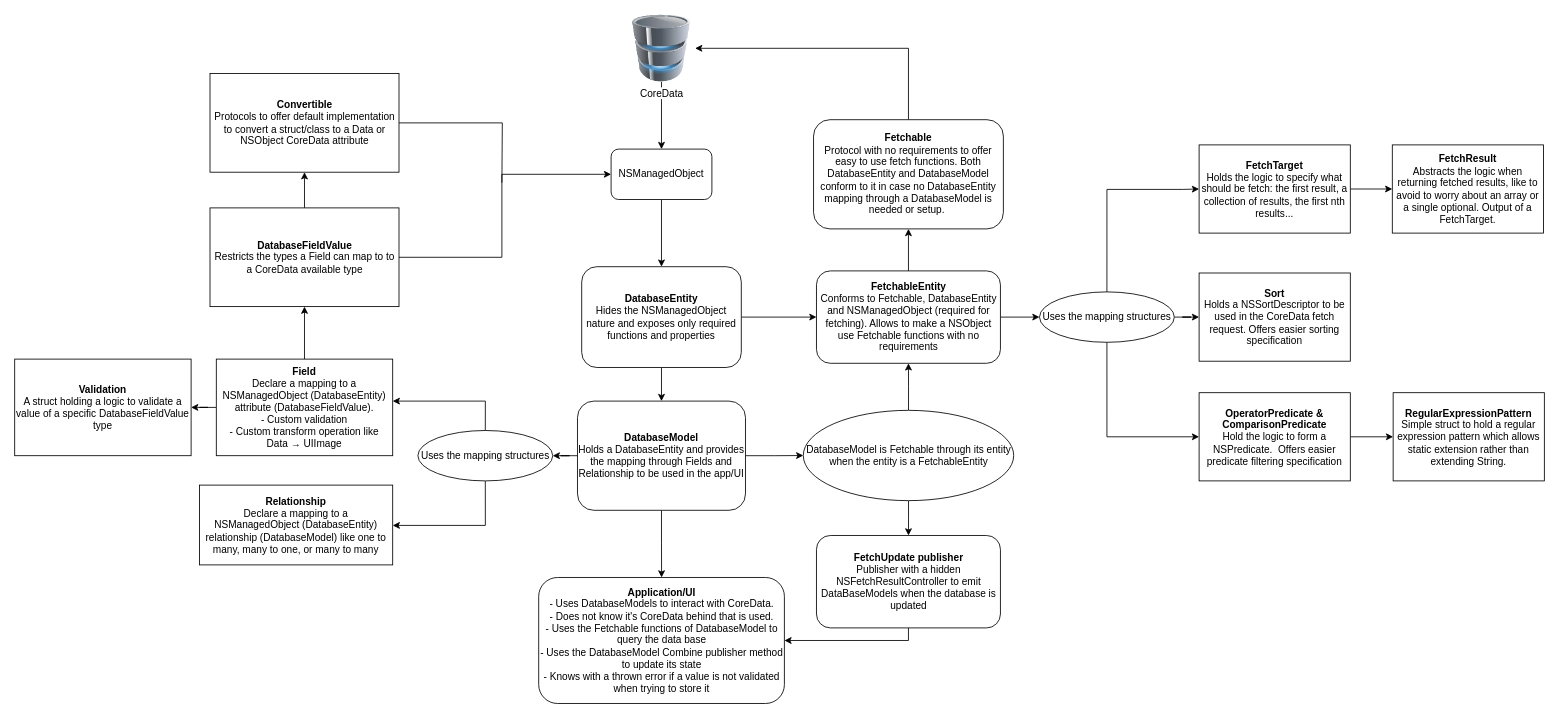
Earlier version of the draw.io diagram Resources/CoreDataCandy-architecture.drawio (amaris/core-data-candy). Source tidied: cells renumbered, new cells numbered last; positions are measured from the earlier drawing's top-left corner, leaving out a move shared by most shapes. Both pictures are drawn from the tidied source at 84%, with x=0, y=0 at pixel (14, 14).
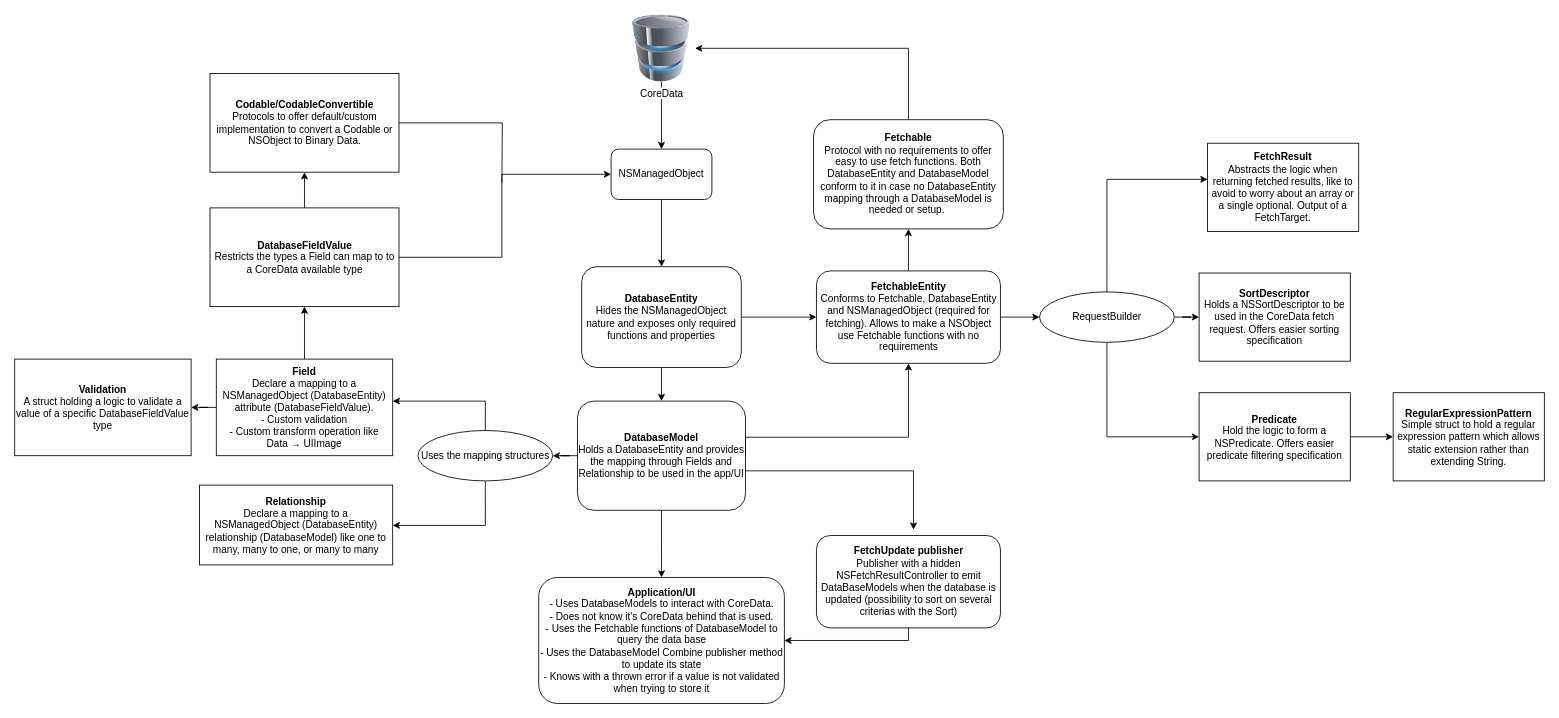
Above is the later version.

Unchanged cells that the change refers to:
```xml
<mxCell id="12" value="&lt;b&gt;DatabaseModel&lt;br&gt;&lt;/b&gt;Holds a DatabaseEntity and provides the mapping through Fields and Relationship to be used in the app/UI" style="whiteSpace=wrap;html=1;rounded=1;" parent="1" vertex="1">
  <mxGeometry x="670" y="460" width="200" height="130" as="geometry" />
</mxCell>
<mxCell id="17" value="&lt;b&gt;FetchableEntity&lt;/b&gt;&lt;br&gt;Conforms to Fetchable, DatabaseEntity and NSManagedObject (required for fetching). Allows to make a NSObject use Fetchable functions with no requirements" style="rounded=1;whiteSpace=wrap;html=1;" parent="1" vertex="1">
  <mxGeometry x="954.5" y="305" width="219" height="110" as="geometry" />
</mxCell>
```

What changed in the source:
```diff
@@
-    <mxCell id="10" style="edgeStyle=orthogonalEdgeStyle;rounded=0;jettySize=auto;html=1;" parent="1" edge="1" source="12" target="21">
-      <mxGeometry relative="1" as="geometry" />
+    <mxCell id="10" style="edgeStyle=orthogonalEdgeStyle;rounded=0;jettySize=auto;html=1;" parent="1" edge="1" source="12">
+      <mxGeometry relative="1" as="geometry">
+        <mxPoint x="1070" y="613" as="targetPoint" />
+        <Array as="points">
+          <mxPoint x="1070" y="543" />
+        </Array>
+      </mxGeometry>
     </mxCell>
@@
-    <mxCell id="19" style="edgeStyle=orthogonalEdgeStyle;rounded=0;jettySize=auto;html=1;" parent="1" edge="1" source="21" target="17">
-      <mxGeometry relative="1" as="geometry" />
+    <mxCell id="19" style="edgeStyle=orthogonalEdgeStyle;rounded=0;jettySize=auto;html=1;" parent="1" edge="1" target="17">
+      <mxGeometry relative="1" as="geometry">
+        <mxPoint x="870" y="523" as="sourcePoint" />
+        <Array as="points">
+          <mxPoint x="870" y="503" />
+          <mxPoint x="1064" y="503" />
+        </Array>
+      </mxGeometry>
     </mxCell>
-    <mxCell id="20" style="edgeStyle=orthogonalEdgeStyle;rounded=0;jettySize=auto;html=1;endArrow=classic;endFill=1;" parent="1" edge="1" source="21" target="47">
-      <mxGeometry relative="1" as="geometry" />
-    </mxCell>
-    <mxCell id="21" value="DatabaseModel is Fetchable through its entity when the entity is a FetchableEntity" style="ellipse;whiteSpace=wrap;html=1;" parent="1" vertex="1">
-      <mxGeometry x="938.8" y="471" width="250.5" height="107.5" as="geometry" />
-    </mxCell>
@@
-    <mxCell id="29" style="edgeStyle=orthogonalEdgeStyle;rounded=0;jettySize=auto;html=1;" parent="1" edge="1" source="30" target="31">
-      <mxGeometry relative="1" as="geometry" />
-    </mxCell>
-    <mxCell id="30" value="&lt;b&gt;FetchTarget&lt;/b&gt;&lt;br&gt;Holds the logic to specify what should be fetch: the first result, a collection of results, the first nth results..." style="rounded=0;whiteSpace=wrap;html=1;" parent="1" vertex="1">
-      <mxGeometry x="1410" y="155" width="180" height="105" as="geometry" />
-    </mxCell>
     <mxCell id="31" value="&lt;b&gt;FetchResult&lt;/b&gt;&lt;br&gt;Abstracts the logic when returning fetched results, like to avoid to worry about an array or a single optional. Output of a FetchTarget." style="rounded=0;whiteSpace=wrap;html=1;" parent="1" vertex="1">
-      <mxGeometry x="1640" y="155" width="180" height="105" as="geometry" />
+      <mxGeometry x="1420" y="153" width="180" height="105" as="geometry" />
     </mxCell>
-    <mxCell id="32" value="&lt;b&gt;Sort&lt;/b&gt;&lt;br&gt;Holds a NSSortDescriptor to be used in the CoreData fetch request. Offers easier sorting specification" style="rounded=0;whiteSpace=wrap;html=1;" parent="1" vertex="1">
+    <mxCell id="32" value="&lt;b&gt;SortDescriptor&lt;/b&gt;&lt;br&gt;Holds a NSSortDescriptor to be used in the CoreData fetch request. Offers easier sorting specification" style="rounded=0;whiteSpace=wrap;html=1;" parent="1" vertex="1">
       <mxGeometry x="1410" y="307.5" width="180" height="105" as="geometry" />
     </mxCell>
@@
-    <mxCell id="34" value="&lt;b&gt;OperatorPredicate &amp;amp; ComparisonPredicate&lt;/b&gt;&lt;br&gt;Hold the logic to form a NSPredicate.&amp;nbsp;&amp;nbsp;Offers easier predicate filtering specification" style="rounded=0;whiteSpace=wrap;html=1;" parent="1" vertex="1">
+    <mxCell id="34" value="&lt;b&gt;Predicate&lt;br&gt;&lt;/b&gt;Hold the logic to form a NSPredicate. Offers easier predicate filtering specification" style="rounded=0;whiteSpace=wrap;html=1;" parent="1" vertex="1">
       <mxGeometry x="1410" y="450" width="180" height="105" as="geometry" />
     </mxCell>
@@
-    <mxCell id="36" style="edgeStyle=orthogonalEdgeStyle;rounded=0;jettySize=auto;html=1;entryX=0;entryY=0.5;entryDx=0;entryDy=0;" parent="1" edge="1" source="39" target="30">
+    <mxCell id="36" style="edgeStyle=orthogonalEdgeStyle;rounded=0;jettySize=auto;html=1;" parent="1" edge="1" source="39" target="31">
       <mxGeometry relative="1" as="geometry">
         <Array as="points">
-          <mxPoint x="1300" y="208" />
-          <mxPoint x="1390" y="208" />
+          <mxPoint x="1300" y="196" />
         </Array>
       </mxGeometry>
     </mxCell>
@@
-    <mxCell id="39" value="Uses the mapping structures" style="ellipse;whiteSpace=wrap;html=1;" parent="1" vertex="1">
+    <mxCell id="39" value="RequestBuilder" style="ellipse;whiteSpace=wrap;html=1;" parent="1" vertex="1">
       <mxGeometry x="1220" y="330" width="160.5" height="60" as="geometry" />
     </mxCell>
@@
-    <mxCell id="45" value="&lt;b&gt;Convertible&lt;/b&gt;&lt;br&gt;Protocols to offer default implementation to convert a struct/class to a Data or NSObject CoreData attribute" style="whiteSpace=wrap;html=1;rounded=0;" parent="1" vertex="1">
+    <mxCell id="45" value="&lt;b&gt;Codable/CodableConvertible&lt;/b&gt;&lt;br&gt;Protocols to offer default/custom implementation to convert a Codable or NSObject to Binary Data." style="whiteSpace=wrap;html=1;rounded=0;" parent="1" vertex="1">
       <mxGeometry x="232.5" y="70" width="225" height="117.5" as="geometry" />
     </mxCell>
@@
-    <mxCell id="47" value="&lt;b&gt;FetchUpdate publisher&lt;/b&gt;&lt;br&gt;Publisher with a hidden NSFetchResultController to emit DataBaseModels when the database is updated" style="rounded=1;whiteSpace=wrap;html=1;" parent="1" vertex="1">
+    <mxCell id="47" value="&lt;b&gt;FetchUpdate publisher&lt;/b&gt;&lt;br&gt;Publisher with a hidden NSFetchResultController to emit DataBaseModels when the database is updated (possibility to sort on several criterias with the Sort)" style="rounded=1;whiteSpace=wrap;html=1;" parent="1" vertex="1">
       <mxGeometry x="954.5" y="620" width="219" height="110" as="geometry" />
     </mxCell>
```
